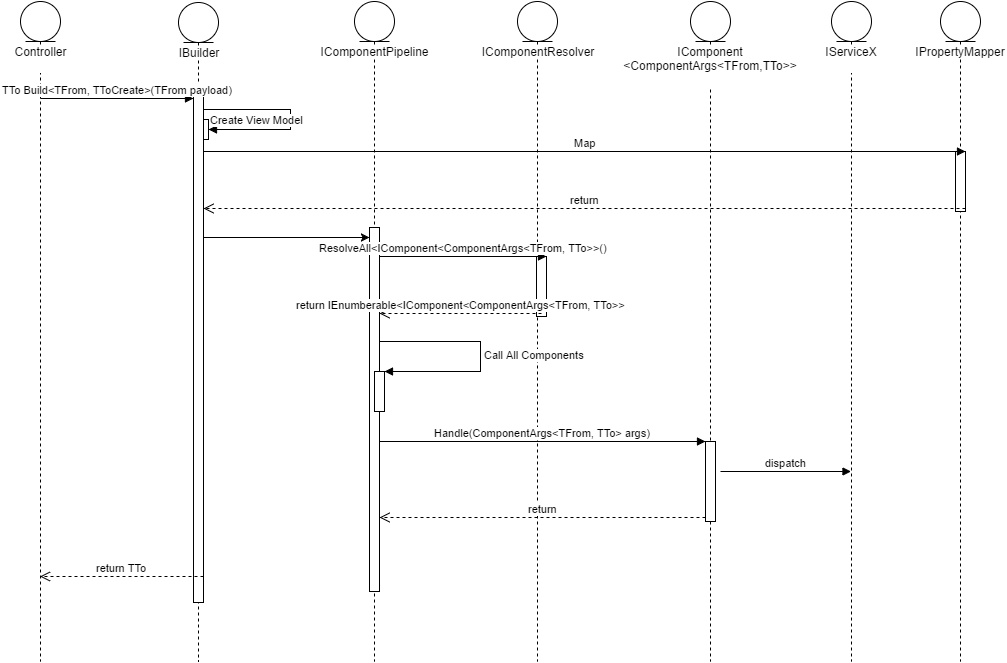
The draw.io diagram Sequence Diagram.png in paulkrwebs/BuildUp, before a commit. Source tidied: cells renumbered, new cells last; positions are measured from the earlier drawing's top-left corner, leaving out a move shared by most shapes.
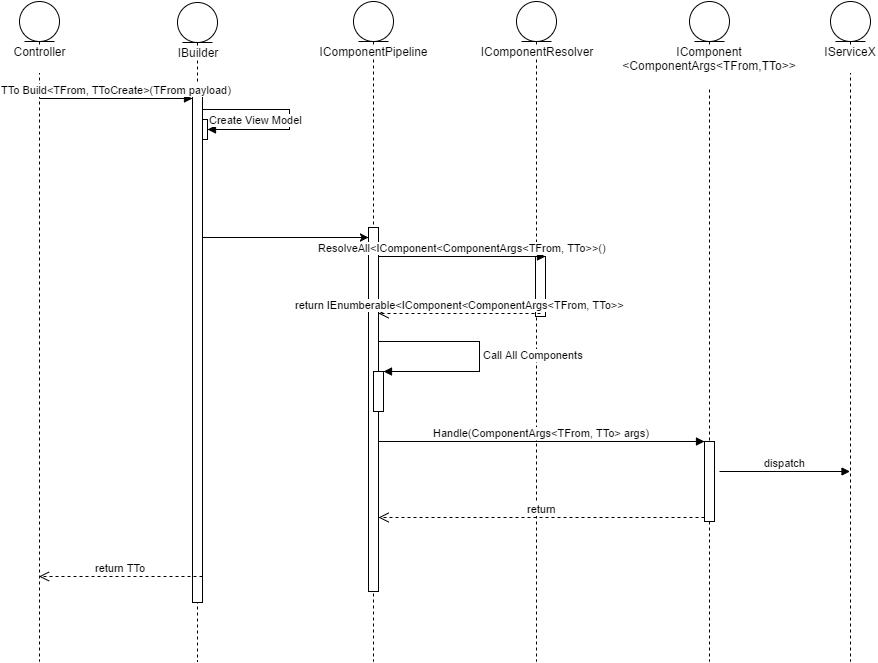
After the change.

Diff of the diagram source:
```diff
@@ -58,12 +58,6 @@
         </Array>
       </mxGeometry>
     </mxCell>
-    <mxCell id="17" value="IPropertyMapper" style="shape=umlLifeline;participant=umlEntity;perimeter=lifelinePerimeter;whiteSpace=wrap;html=1;verticalAlign=top;spacingTop=36;labelBackgroundColor=#ffffff;" parent="1" vertex="1">
-      <mxGeometry x="920" width="40" height="660" as="geometry" />
-    </mxCell>
-    <mxCell id="18" style="html=1;points=[];perimeter=orthogonalPerimeter;" parent="17" vertex="1">
-      <mxGeometry x="15" y="150" width="10" height="60" as="geometry" />
-    </mxCell>
     <mxCell id="19" value="IComponentPipeline" style="shape=umlLifeline;participant=umlEntity;perimeter=lifelinePerimeter;whiteSpace=wrap;html=1;verticalAlign=top;spacingTop=36;labelBackgroundColor=#ffffff;" parent="1" vertex="1">
       <mxGeometry x="334" width="40" height="660" as="geometry" />
     </mxCell>
@@ -101,11 +95,5 @@
     <mxCell id="27" value="&lt;span&gt;ResolveAll&lt;/span&gt;&amp;lt;IComponent&amp;lt;ComponentArgs&amp;lt;TFrom, TTo&amp;gt;&amp;gt;()" style="html=1;verticalAlign=bottom;endArrow=block;entryX=1;entryY=0;" parent="1" edge="1" source="20" target="8">
       <mxGeometry x="479" y="315" as="geometry" />
     </mxCell>
-    <mxCell id="28" value="Map" style="html=1;verticalAlign=bottom;endArrow=block;entryX=1;entryY=0;" parent="1" edge="1" source="6" target="18">
-      <mxGeometry x="303" y="210" as="geometry" />
-    </mxCell>
-    <mxCell id="29" value="return" style="html=1;verticalAlign=bottom;endArrow=open;dashed=1;endSize=8;exitX=1;exitY=0.95;" parent="1" edge="1" source="18" target="6">
-      <mxGeometry x="303" y="267" as="geometry" />
-    </mxCell>
   </root>
 </mxGraphModel>
```
